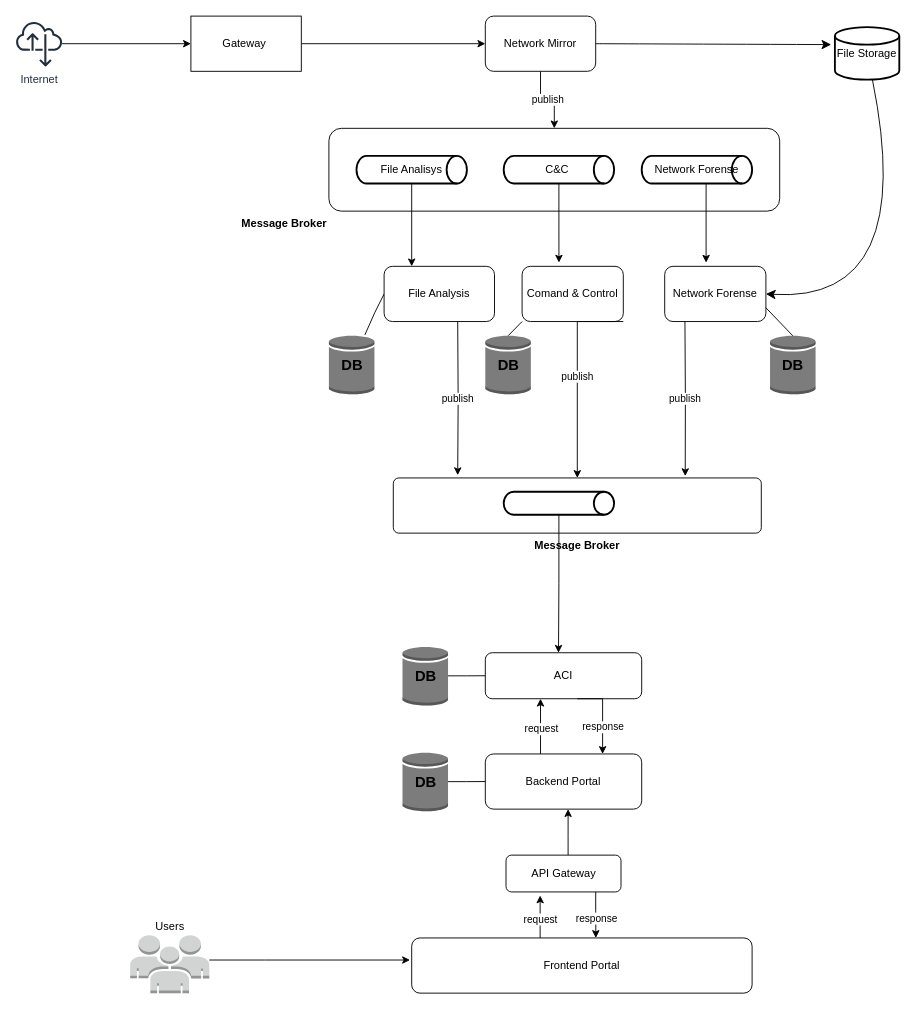
Before: Untitled Diagram.drawio in wendersonsouza/CyberFortNexus, a draw.io diagram. Source tidied: cells renumbered, new cells numbered last; positions are measured from the earlier drawing's top-left corner, leaving out a move shared by most shapes. Both pictures are drawn from the tidied source at 92%, with x=0, y=0 at pixel (16, 16).
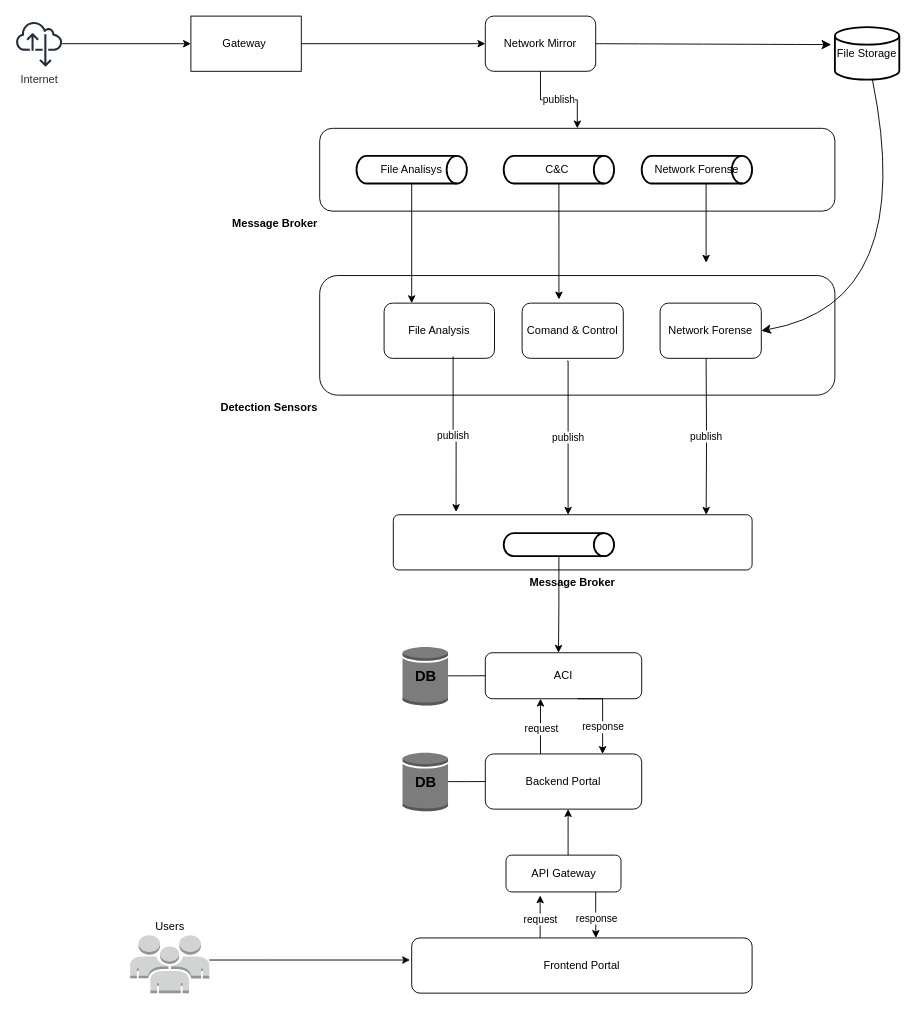
The same diagram, later.

What changed in the source:
```diff
@@
     <mxCell id="8" value="Message Broker" style="rounded=1;whiteSpace=wrap;html=1;fillColor=none;labelPosition=left;verticalLabelPosition=bottom;align=right;verticalAlign=top;fontStyle=1;" parent="1" vertex="1">
-      <mxGeometry x="340" y="122" width="490" height="90" as="geometry" />
+      <mxGeometry x="330" y="122" width="560" height="90" as="geometry" />
     </mxCell>
@@
-    <mxCell id="14" value="DB" style="outlineConnect=0;dashed=0;verticalLabelPosition=middle;verticalAlign=middle;align=center;html=1;shape=mxgraph.aws3.generic_database;fillColor=#7D7C7C;gradientColor=none;labelPosition=center;fontSize=16;fontStyle=1;" parent="1" vertex="1">
-      <mxGeometry x="340" y="346.5" width="49.5" height="64.5" as="geometry" />
-    </mxCell>
-    <mxCell id="15" style="rounded=0;jettySize=auto;html=1;exitX=0;exitY=0.5;exitDx=0;exitDy=0;startArrow=none;startFill=0;endArrow=none;" parent="1" edge="1" source="16" target="14">
-      <mxGeometry relative="1" as="geometry">
-        <Array as="points">
-          <mxPoint x="390" y="322" />
-        </Array>
-      </mxGeometry>
-    </mxCell>
     <mxCell id="16" value="File Analysis" style="rounded=1;whiteSpace=wrap;html=1;fontStyle=0;" parent="1" vertex="1">
-      <mxGeometry x="400" y="272" width="120" height="60" as="geometry" />
+      <mxGeometry x="400" y="312" width="120" height="60" as="geometry" />
     </mxCell>
     <mxCell id="17" value="Comand &amp;amp; Control" style="rounded=1;whiteSpace=wrap;html=1;" parent="1" vertex="1">
-      <mxGeometry x="550" y="272" width="110" height="60" as="geometry" />
+      <mxGeometry x="550" y="312" width="110" height="60" as="geometry" />
     </mxCell>
     <mxCell id="18" value="Network Forense" style="rounded=1;whiteSpace=wrap;html=1;" parent="1" vertex="1">
-      <mxGeometry x="705" y="272" width="110" height="60" as="geometry" />
+      <mxGeometry x="700" y="312" width="110" height="60" as="geometry" />
     </mxCell>
-    <mxCell id="19" style="rounded=0;jettySize=auto;html=1;exitX=0.5;exitY=0.015;exitDx=0;exitDy=0;exitPerimeter=0;entryX=0;entryY=1;entryDx=0;entryDy=0;endArrow=none;startFill=0;" parent="1" edge="1" source="20" target="17">
-      <mxGeometry relative="1" as="geometry" />
-    </mxCell>
-    <mxCell id="20" value="DB" style="outlineConnect=0;dashed=0;verticalLabelPosition=middle;verticalAlign=middle;align=center;html=1;shape=mxgraph.aws3.generic_database;fillColor=#7D7C7C;gradientColor=none;labelPosition=center;fontSize=16;fontStyle=1;" parent="1" vertex="1">
-      <mxGeometry x="510" y="346.5" width="49.5" height="64.5" as="geometry" />
-    </mxCell>
-    <mxCell id="21" value="DB" style="outlineConnect=0;dashed=0;verticalLabelPosition=middle;verticalAlign=middle;align=center;html=1;shape=mxgraph.aws3.generic_database;fillColor=#7D7C7C;gradientColor=none;labelPosition=center;fontSize=16;fontStyle=1;" parent="1" vertex="1">
-      <mxGeometry x="819.5" y="346.5" width="49.5" height="64.5" as="geometry" />
-    </mxCell>
     <mxCell id="22" value="&lt;b&gt;Message Broker&lt;/b&gt;" style="rounded=1;whiteSpace=wrap;html=1;fillColor=none;labelPosition=center;verticalLabelPosition=bottom;align=center;verticalAlign=top;arcSize=10;" parent="1" vertex="1">
-      <mxGeometry x="410" y="502" width="400" height="60" as="geometry" />
+      <mxGeometry x="410" y="542" width="390" height="60" as="geometry" />
     </mxCell>
     <mxCell id="23" style="strokeWidth=2;html=1;shape=mxgraph.flowchart.direct_data;whiteSpace=wrap;" parent="1" vertex="1">
-      <mxGeometry x="530" y="517" width="120" height="25" as="geometry" />
+      <mxGeometry x="530" y="562" width="120" height="25" as="geometry" />
     </mxCell>
@@
-    <mxCell id="30" value="publish" style="edgeStyle=orthogonalEdgeStyle;rounded=0;jettySize=auto;html=1;exitX=1;exitY=1;exitDx=0;exitDy=0;" parent="1" edge="1" source="17">
+    <mxCell id="30" value="publish" style="edgeStyle=orthogonalEdgeStyle;rounded=0;jettySize=auto;html=1;exitX=0.445;exitY=1.05;exitDx=0;exitDy=0;exitPerimeter=0;" parent="1" edge="1" source="17">
       <mxGeometry relative="1" as="geometry">
-        <mxPoint x="610" y="502" as="targetPoint" />
+        <mxPoint x="600" y="542" as="targetPoint" />
         <Array as="points">
-          <mxPoint x="610" y="332" />
-          <mxPoint x="610" y="502" />
+          <mxPoint x="600" y="375" />
         </Array>
       </mxGeometry>
     </mxCell>
-    <mxCell id="31" value="publish" style="edgeStyle=orthogonalEdgeStyle;rounded=0;jettySize=auto;html=1;exitX=1;exitY=1;exitDx=0;exitDy=0;entryX=0.175;entryY=-0.05;entryDx=0;entryDy=0;entryPerimeter=0;" parent="1" edge="1" target="22">
-      <mxGeometry relative="1" as="geometry">
-        <mxPoint x="480" y="332" as="sourcePoint" />
-      </mxGeometry>
+    <mxCell id="31" value="publish" style="edgeStyle=orthogonalEdgeStyle;rounded=0;jettySize=auto;html=1;exitX=0.625;exitY=0.967;exitDx=0;exitDy=0;entryX=0.175;entryY=-0.05;entryDx=0;entryDy=0;entryPerimeter=0;exitPerimeter=0;" parent="1" edge="1" source="16" target="22">
+      <mxGeometry relative="1" as="geometry" />
     </mxCell>
-    <mxCell id="32" value="publish" style="edgeStyle=orthogonalEdgeStyle;rounded=0;orthogonalLoop=1;jettySize=auto;html=1;entryX=0.968;entryY=-0.033;entryDx=0;entryDy=0;entryPerimeter=0;" parent="1" edge="1">
+    <mxCell id="32" value="publish" style="edgeStyle=orthogonalEdgeStyle;rounded=0;jettySize=auto;html=1;entryX=0.872;entryY=0;entryDx=0;entryDy=0;entryPerimeter=0;" parent="1" edge="1" target="22">
       <mxGeometry relative="1" as="geometry">
-        <mxPoint x="727" y="332" as="sourcePoint" />
-        <mxPoint x="727.3" y="500" as="targetPoint" />
+        <mxPoint x="750" y="372" as="sourcePoint" />
       </mxGeometry>
     </mxCell>
-    <mxCell id="33" style="rounded=0;jettySize=auto;html=1;entryX=0.5;entryY=0.015;entryDx=0;entryDy=0;entryPerimeter=0;strokeColor=default;endArrow=none;startFill=0;exitX=1;exitY=0.75;exitDx=0;exitDy=0;" parent="1" edge="1" source="18" target="21">
-      <mxGeometry relative="1" as="geometry" />
-    </mxCell>
@@
+    <mxCell id="53" value="Detection Sensors" style="rounded=1;whiteSpace=wrap;html=1;fillColor=none;labelPosition=left;verticalLabelPosition=bottom;align=right;verticalAlign=top;fontStyle=1;" parent="1" vertex="1">
+      <mxGeometry x="330" y="282" width="560" height="130" as="geometry" />
+    </mxCell>
```
